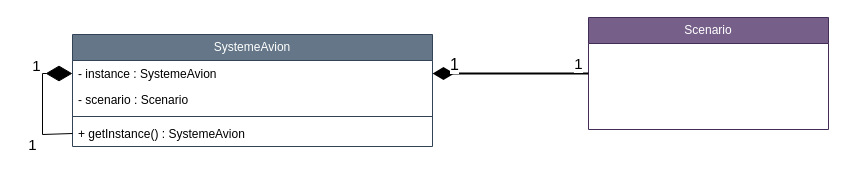
Before: AviyonsSimulateur.drawio in felixcharbonneau/Echec, a draw.io diagram. Source tidied: cells renumbered, new cells numbered last; positions are measured from the earlier drawing's top-left corner, leaving out a move shared by most shapes. Both pictures are drawn from the tidied source at 100%, with x=0, y=0 at pixel (42, 17).
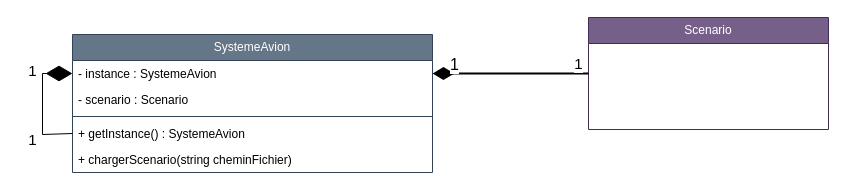
After the change.

The edit, as a diff of the source:
```diff
@@
 <mxGraphModel>
   <root>
     <mxCell id="0" />
     <mxCell id="1" parent="0" />
     <mxCell id="2" value="SystemeAvion" style="swimlane;fontStyle=0;horizontal=1;startSize=26;fillColor=#647687;whiteSpace=wrap;html=1;strokeColor=#314354;fontColor=#ffffff;" parent="1" vertex="1">
-      <mxGeometry x="30" y="17" width="360" height="112" as="geometry" />
+      <mxGeometry x="30" y="17" width="360" height="138" as="geometry" />
     </mxCell>
     <mxCell id="3" value="- instance : SystemeAvion" style="text;strokeColor=none;fillColor=none;align=left;verticalAlign=top;spacingLeft=4;spacingRight=4;overflow=hidden;points=[[0,0.5],[1,0.5]];portConstraint=eastwest;whiteSpace=wrap;html=1;" parent="2" vertex="1">
       <mxGeometry y="26" width="360" height="26" as="geometry" />
     </mxCell>
     <mxCell id="4" value="- scenario : Scenario" style="text;strokeColor=none;fillColor=none;align=left;verticalAlign=top;spacingLeft=4;spacingRight=4;overflow=hidden;whiteSpace=wrap;html=1;" parent="2" vertex="1">
       <mxGeometry y="52" width="360" height="26" as="geometry" />
     </mxCell>
     <mxCell id="5" style="line;strokeWidth=1;fillColor=none;align=left;verticalAlign=middle;spacingTop=-1;spacingLeft=3;spacingRight=3;labelPosition=right;strokeColor=inherit;" parent="2" vertex="1">
       <mxGeometry y="78" width="360" height="8" as="geometry" />
     </mxCell>
     <mxCell id="6" value="+ getInstance() : SystemeAvion" style="text;strokeColor=none;fillColor=none;align=left;verticalAlign=top;spacingLeft=4;spacingRight=4;overflow=hidden;points=[[0,0.5],[1,0.5]];portConstraint=eastwest;whiteSpace=wrap;html=1;" parent="2" vertex="1">
       <mxGeometry y="86" width="360" height="26" as="geometry" />
     </mxCell>
     <mxCell id="7" style="endArrow=diamondThin;endFill=1;endSize=24;html=1;rounded=0;exitX=0;exitY=0.5;exitDx=0;exitDy=0;edgeStyle=orthogonalEdgeStyle;entryX=0;entryY=0.5;entryDx=0;entryDy=0;" parent="2" edge="1" source="6" target="3">
       <mxGeometry relative="1" as="geometry">
         <Array as="points">
           <mxPoint x="-30" y="100" />
           <mxPoint x="-30" y="39" />
         </Array>
       </mxGeometry>
     </mxCell>
     <mxCell id="8" value="1" style="edgeLabel;html=1;align=center;verticalAlign=middle;fontSize=15;" parent="7" vertex="1">
       <mxGeometry x="-0.62" y="-3" relative="1" as="geometry">
-        <mxPoint x="-17" y="13" as="offset" />
+        <mxPoint x="-17" y="8" as="offset" />
       </mxGeometry>
     </mxCell>
     <mxCell id="9" value="1" style="edgeLabel;html=1;align=center;verticalAlign=middle;fontSize=15;" parent="7" vertex="1">
       <mxGeometry x="0.56" y="2" relative="1" as="geometry">
-        <mxPoint x="-9" y="-7" as="offset" />
+        <mxPoint x="-13" y="-2" as="offset" />
       </mxGeometry>
     </mxCell>
+    <mxCell id="14" value="+ chargerScenario(string cheminFichier)" style="text;strokeColor=none;fillColor=none;align=left;verticalAlign=top;spacingLeft=4;spacingRight=4;overflow=hidden;whiteSpace=wrap;html=1;" parent="2" vertex="1">
+      <mxGeometry y="112" width="360" height="26" as="geometry" />
+    </mxCell>
     <mxCell id="10" value="Scenario" style="swimlane;fontStyle=0;horizontal=1;startSize=26;fillColor=#76608a;whiteSpace=wrap;html=1;strokeColor=#432D57;fontColor=#ffffff;" parent="1" vertex="1">
       <mxGeometry x="546" width="240" height="112" as="geometry" />
     </mxCell>
     <mxCell id="11" style="edgeStyle=orthogonalEdgeStyle;rounded=0;jettySize=auto;html=1;exitX=0;exitY=0.5;exitDx=0;exitDy=0;endArrow=diamondThin;endFill=1;strokeWidth=2;endSize=16;" parent="1" edge="1" source="10" target="3">
       <mxGeometry relative="1" as="geometry" />
     </mxCell>
     <mxCell id="12" value="1" style="edgeLabel;html=1;align=center;verticalAlign=middle;fontSize=16;" parent="11" vertex="1">
       <mxGeometry x="0.51" y="-4" relative="1" as="geometry">
         <mxPoint x="-17" y="-6" as="offset" />
       </mxGeometry>
     </mxCell>
     <mxCell id="13" value="1" style="edgeLabel;html=1;align=center;verticalAlign=middle;fontSize=15;" parent="11" vertex="1">
       <mxGeometry x="-0.67" y="-1" relative="1" as="geometry">
         <mxPoint x="15" y="-10" as="offset" />
       </mxGeometry>
     </mxCell>
   </root>
 </mxGraphModel>
```
